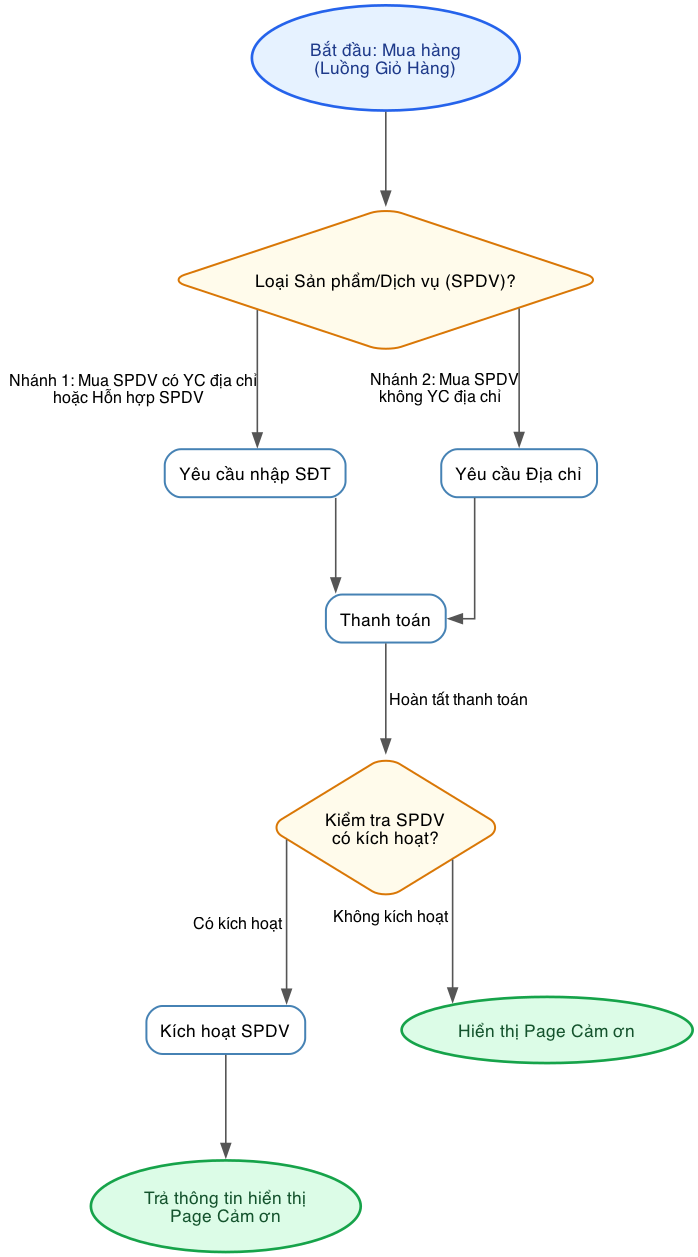
This is diagrams/bpmn_shopping_cart.png from hathuy2706-BA/FPT, a Graphviz export, as it was before one commit. Its source is kept beside it as diagrams/bpmn_shopping_cart.dot.
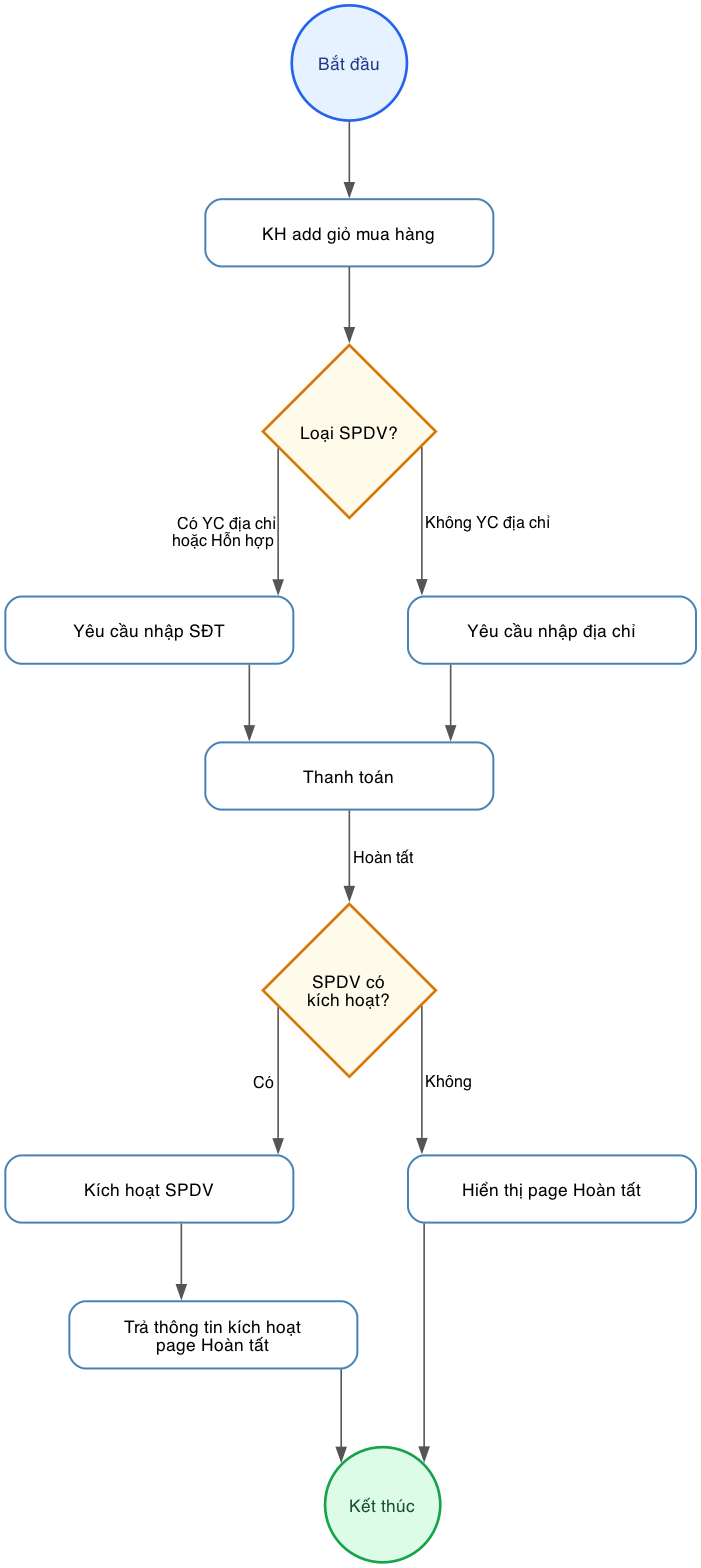
The same diagram one commit later.

Commit message:
Update diagram shapes and sizes

The edit, as a diff of the source:
```diff
@@ -2,45 +2,49 @@
     bgcolor="white";
     rankdir=TB;
     splines=ortho;
-    nodesep=1.0;
-    ranksep=1.0;
+    nodesep=1.2;
+    ranksep=0.8;
     newrank=true;
     compound=true;
     fontname="Times New Roman";
 
-    node [fontname="Times New Roman", fontsize=13, shape=box, style="rounded,filled", fillcolor="white", color="#4682B4", penwidth=1.5, margin=0.15];
     edge [fontname="Times New Roman", fontsize=12, color="#555555", penwidth=1.2];
 
-    start [label="Bắt đầu: Mua hàng\n(Luồng Giỏ Hàng)", shape=oval, style="filled,bold", fillcolor="#E6F2FF", color="#2563EB", fontcolor="#1E3A8A", penwidth=2, margin=0.2];
+    node [fontname="Times New Roman", fontsize=13, style="filled,bold", shape=circle, width=1.2, height=1.2, fixedsize=true, fillcolor="#E6F2FF", color="#2563EB", fontcolor="#1E3A8A", penwidth=2];
+    start [label="Bắt đầu"];
+    end_node [label="Kết thúc", fillcolor="#DCFCE7", color="#16A34A", fontcolor="#14532D"];
 
-    check_type [label="Loại Sản phẩm/Dịch vụ (SPDV)?", shape=diamond, width=1.5, height=1.5, color="#D97706", fillcolor="#FFFBEB"];
+    node [shape=diamond, width=1.8, height=1.8, fixedsize=true, fillcolor="#FFFBEB", color="#D97706", fontcolor="#000000"];
+    check_type [label="Loại SPDV?"];
+    check_activation [label="SPDV có\nkích hoạt?"];
 
+    node [shape=box, style="rounded,filled", width=3.0, height=0.7, fixedsize=true, fillcolor="white", color="#4682B4", fontcolor="#000000", penwidth=1.5];
+    add_cart [label="KH add giỏ mua hàng"];
     req_phone [label="Yêu cầu nhập SĐT"];
-    req_address [label="Yêu cầu Địa chỉ"];
+    req_address [label="Yêu cầu nhập địa chỉ"];
+    payment [label="Thanh toán"];
+    activate [label="Kích hoạt SPDV"];
+    show_thanks_activate [label="Trả thông tin kích hoạt\npage Hoàn tất"];
+    show_thanks_no_activate [label="Hiển thị page Hoàn tất"];
 
-    payment [label="Thanh toán"];
+    start -> add_cart;
+    add_cart -> check_type;
 
-    check_activation [label="Kiểm tra SPDV\ncó kích hoạt?", shape=diamond, width=1.5, height=1.5, color="#D97706", fillcolor="#FFFBEB"];
-
-    activate [label="Kích hoạt SPDV"];
-
-    show_thanks_activate [label="Trả thông tin hiển thị\nPage Cảm ơn", shape=oval, style="filled,bold", fillcolor="#DCFCE7", color="#16A34A", fontcolor="#14532D", penwidth=2];
-    show_thanks_no_activate [label="Hiển thị Page Cảm ơn", shape=oval, style="filled,bold", fillcolor="#DCFCE7", color="#16A34A", fontcolor="#14532D", penwidth=2];
-
-    start -> check_type;
-
-    check_type -> req_phone [xlabel=" Nhánh 1: Mua SPDV có YC địa chỉ\nhoặc Hỗn hợp SPDV "];
-    check_type -> req_address [xlabel=" Nhánh 2: Mua SPDV\nkhông YC địa chỉ "];
+    check_type -> req_phone [xlabel=" Có YC địa chỉ\nhoặc Hỗn hợp "];
+    check_type -> req_address [xlabel=" Không YC địa chỉ "];
 
     req_phone -> payment;
     req_address -> payment;
 
-    payment -> check_activation [label=" Hoàn tất thanh toán "];
+    payment -> check_activation [label=" Hoàn tất "];
 
-    check_activation -> activate [xlabel=" Có kích hoạt "];
-    check_activation -> show_thanks_no_activate [xlabel=" Không kích hoạt "];
+    check_activation -> activate [xlabel=" Có "];
+    check_activation -> show_thanks_no_activate [xlabel=" Không "];
 
     activate -> show_thanks_activate;
+
+    show_thanks_activate -> end_node;
+    show_thanks_no_activate -> end_node;
 
     { rank=same; req_phone; req_address; }
     { rank=same; activate; show_thanks_no_activate; }
```
